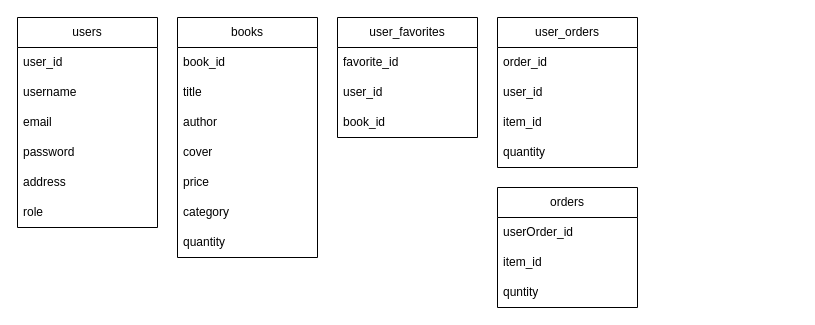
The draw.io diagram back/db_schema.drawio in leandroatochkin/tp-codo-a-codo, before the edit. Source tidied: cells renumbered, new cells numbered last; positions are measured from the earlier drawing's top-left corner, leaving out a move shared by most shapes. Both pictures are drawn from the tidied source at 100%, with x=0, y=0 at pixel (17, 17).
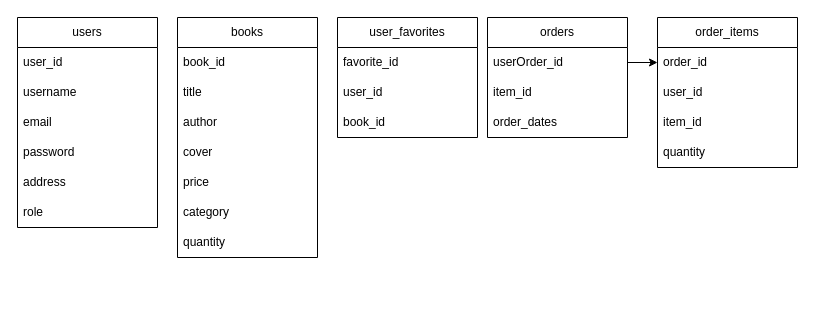
Above is the later version.

Unchanged cells that the change refers to:
```xml
<mxCell id="22" value="order_id" style="text;strokeColor=none;fillColor=none;align=left;verticalAlign=middle;spacingLeft=4;spacingRight=4;overflow=hidden;points=[[0,0.5],[1,0.5]];portConstraint=eastwest;whiteSpace=wrap;html=1;" parent="21" vertex="1">
  <mxGeometry y="30" width="140" height="30" as="geometry" />
</mxCell>
<mxCell id="27" value="userOrder_id" style="text;strokeColor=none;fillColor=none;align=left;verticalAlign=middle;spacingLeft=4;spacingRight=4;overflow=hidden;points=[[0,0.5],[1,0.5]];portConstraint=eastwest;whiteSpace=wrap;html=1;" parent="26" vertex="1">
  <mxGeometry y="30" width="140" height="30" as="geometry" />
</mxCell>
```

Change to the diagram source:
```diff
@@
-    <mxCell id="21" value="user_orders" style="swimlane;fontStyle=0;horizontal=1;startSize=30;whiteSpace=wrap;html=1;" parent="1" vertex="1">
-      <mxGeometry x="480" width="140" height="150" as="geometry" />
+    <mxCell id="21" value="order_items" style="swimlane;fontStyle=0;horizontal=1;startSize=30;whiteSpace=wrap;html=1;" parent="1" vertex="1">
+      <mxGeometry x="640" width="140" height="150" as="geometry" />
     </mxCell>
@@
     <mxCell id="26" value="orders" style="swimlane;fontStyle=0;horizontal=1;startSize=30;whiteSpace=wrap;html=1;" parent="1" vertex="1">
-      <mxGeometry x="480" y="170" width="140" height="120" as="geometry" />
+      <mxGeometry x="470" width="140" height="120" as="geometry" />
     </mxCell>
@@
-    <mxCell id="29" value="quntity" style="text;strokeColor=none;fillColor=none;align=left;verticalAlign=middle;spacingLeft=4;spacingRight=4;overflow=hidden;whiteSpace=wrap;html=1;" parent="26" vertex="1">
+    <mxCell id="29" value="order_dates" style="text;strokeColor=none;fillColor=none;align=left;verticalAlign=middle;spacingLeft=4;spacingRight=4;overflow=hidden;whiteSpace=wrap;html=1;" parent="26" vertex="1">
       <mxGeometry y="90" width="140" height="30" as="geometry" />
     </mxCell>
+    <mxCell id="30" style="edgeStyle=none;html=1;entryX=0;entryY=0.5;entryDx=0;entryDy=0;" parent="1" edge="1" source="27" target="22">
+      <mxGeometry relative="1" as="geometry" />
+    </mxCell>
```
